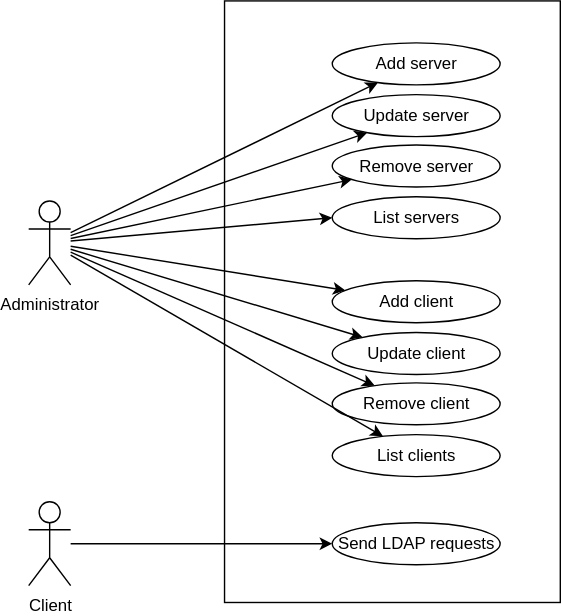
eutampieri/ldap-proxy keeps this draw.io diagram as reports/usecase.drawio.svg. Above is the earlier version. Source tidied: cells renumbered, new cells last; positions are measured from the earlier drawing's top-left corner, leaving out a move shared by most shapes.
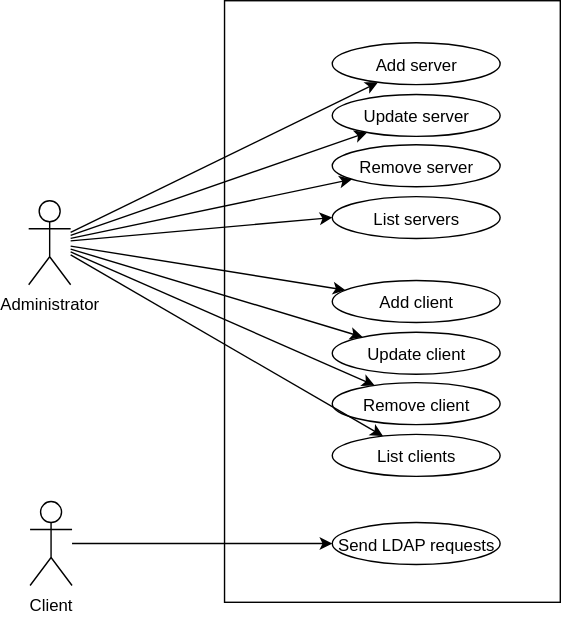
Above is the later version.

What changed in the source:
```diff
@@ -20,28 +20,28 @@
     <mxCell id="7" value="Administrator" style="shape=umlActor;verticalLabelPosition=bottom;verticalAlign=top;html=1;convertToSvg=1;" parent="1" vertex="1">
       <mxGeometry y="143" width="30" height="60" as="geometry" />
     </mxCell>
-    <mxCell id="8" value="Add server" style="ellipse;whiteSpace=wrap;html=1;" parent="1" vertex="1">
+    <mxCell id="8" value="Add server" style="ellipse;whiteSpace=wrap;html=1;convertToSvg=1;" parent="1" vertex="1">
       <mxGeometry x="217" y="30" width="120" height="30" as="geometry" />
     </mxCell>
-    <mxCell id="9" value="Update server" style="ellipse;whiteSpace=wrap;html=1;" parent="1" vertex="1">
+    <mxCell id="9" value="Update server" style="ellipse;whiteSpace=wrap;html=1;convertToSvg=1;" parent="1" vertex="1">
       <mxGeometry x="217" y="67" width="120" height="30" as="geometry" />
     </mxCell>
-    <mxCell id="10" value="Remove server" style="ellipse;whiteSpace=wrap;html=1;" parent="1" vertex="1">
+    <mxCell id="10" value="Remove server" style="ellipse;whiteSpace=wrap;html=1;convertToSvg=1;" parent="1" vertex="1">
       <mxGeometry x="217" y="103" width="120" height="30" as="geometry" />
     </mxCell>
-    <mxCell id="11" value="List servers" style="ellipse;whiteSpace=wrap;html=1;" parent="1" vertex="1">
+    <mxCell id="11" value="List servers" style="ellipse;whiteSpace=wrap;html=1;convertToSvg=1;" parent="1" vertex="1">
       <mxGeometry x="217" y="140" width="120" height="30" as="geometry" />
     </mxCell>
-    <mxCell id="12" value="Add client" style="ellipse;whiteSpace=wrap;html=1;" parent="1" vertex="1">
+    <mxCell id="12" value="Add client" style="ellipse;whiteSpace=wrap;html=1;convertToSvg=1;" parent="1" vertex="1">
       <mxGeometry x="217" y="200" width="120" height="30" as="geometry" />
     </mxCell>
-    <mxCell id="13" value="Update client" style="ellipse;whiteSpace=wrap;html=1;" parent="1" vertex="1">
+    <mxCell id="13" value="Update client" style="ellipse;whiteSpace=wrap;html=1;convertToSvg=1;" parent="1" vertex="1">
       <mxGeometry x="217" y="237" width="120" height="30" as="geometry" />
     </mxCell>
-    <mxCell id="14" value="Remove client" style="ellipse;whiteSpace=wrap;html=1;" parent="1" vertex="1">
+    <mxCell id="14" value="Remove client" style="ellipse;whiteSpace=wrap;html=1;convertToSvg=1;" parent="1" vertex="1">
       <mxGeometry x="217" y="273" width="120" height="30" as="geometry" />
     </mxCell>
-    <mxCell id="15" value="List clients" style="ellipse;whiteSpace=wrap;html=1;" parent="1" vertex="1">
+    <mxCell id="15" value="List clients" style="ellipse;whiteSpace=wrap;html=1;convertToSvg=1;" parent="1" vertex="1">
       <mxGeometry x="217" y="310" width="120" height="30" as="geometry" />
     </mxCell>
     <mxCell id="16" style="rounded=0;jettySize=auto;html=1;" parent="1" edge="1" source="7" target="12">
@@ -59,11 +59,11 @@
     <mxCell id="20" style="edgeStyle=orthogonalEdgeStyle;rounded=0;jettySize=auto;html=1;" parent="1" edge="1" source="21" target="22">
       <mxGeometry relative="1" as="geometry" />
     </mxCell>
+    <mxCell id="22" value="Send LDAP requests" style="ellipse;whiteSpace=wrap;html=1;convertToSvg=1;" parent="1" vertex="1">
+      <mxGeometry x="217" y="373" width="120" height="30" as="geometry" />
+    </mxCell>
-    <mxCell id="21" value="&lt;div&gt;Client&lt;/div&gt;" style="shape=umlActor;verticalLabelPosition=bottom;verticalAlign=top;html=1;convertToSvg=1;" parent="1" vertex="1">
-      <mxGeometry y="358" width="30" height="60" as="geometry" />
+    <mxCell id="21" value="Client" style="shape=umlActor;verticalLabelPosition=bottom;verticalAlign=top;html=1;convertToSvg=1;" parent="1" vertex="1">
+      <mxGeometry x="1" y="358" width="30" height="60" as="geometry" />
     </mxCell>
-    <mxCell id="22" value="Send LDAP requests" style="ellipse;whiteSpace=wrap;html=1;" parent="1" vertex="1">
-      <mxGeometry x="217" y="373" width="120" height="30" as="geometry" />
-    </mxCell>
   </root>
 </mxGraphModel>
```
